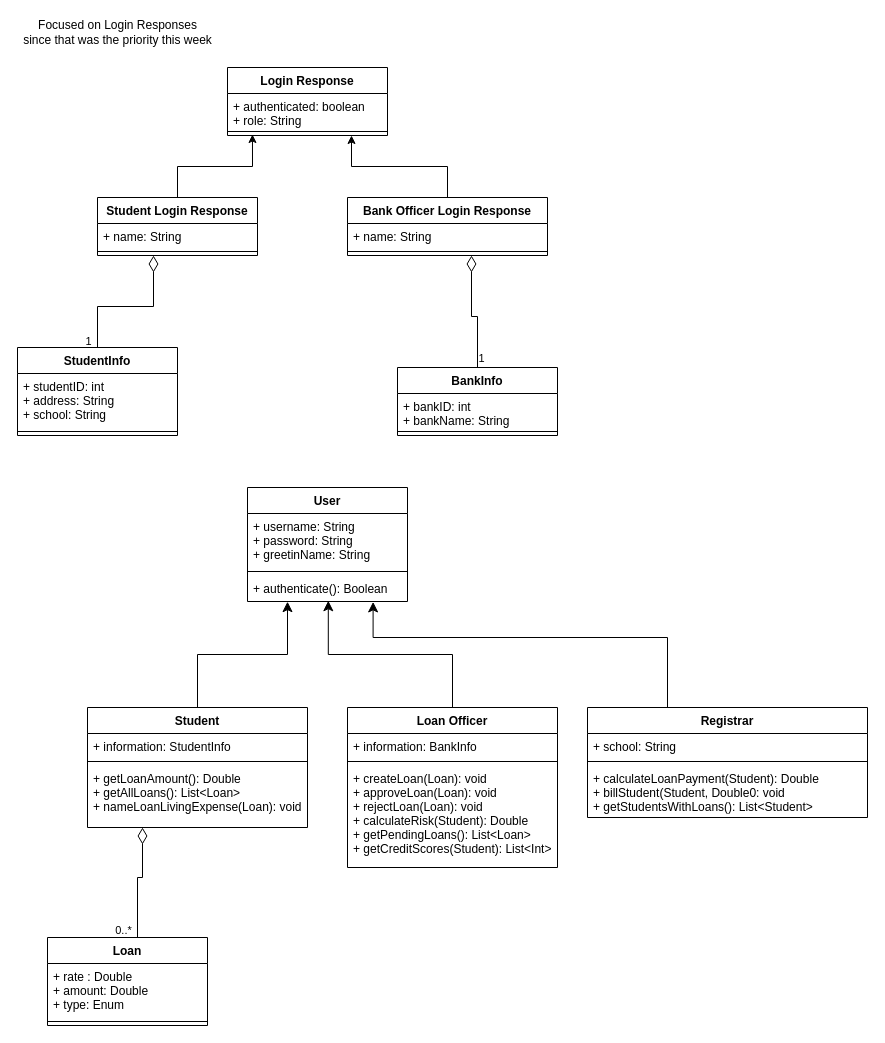
Before: Documentation/Inheritences and Aggregations.drawio in frap129/cs471-project, a draw.io diagram. Source tidied: cells renumbered, new cells numbered last; positions are measured from the earlier drawing's top-left corner, leaving out a move shared by most shapes. Both pictures are drawn from the tidied source at 100%, with x=0, y=0 at pixel (17, 17).
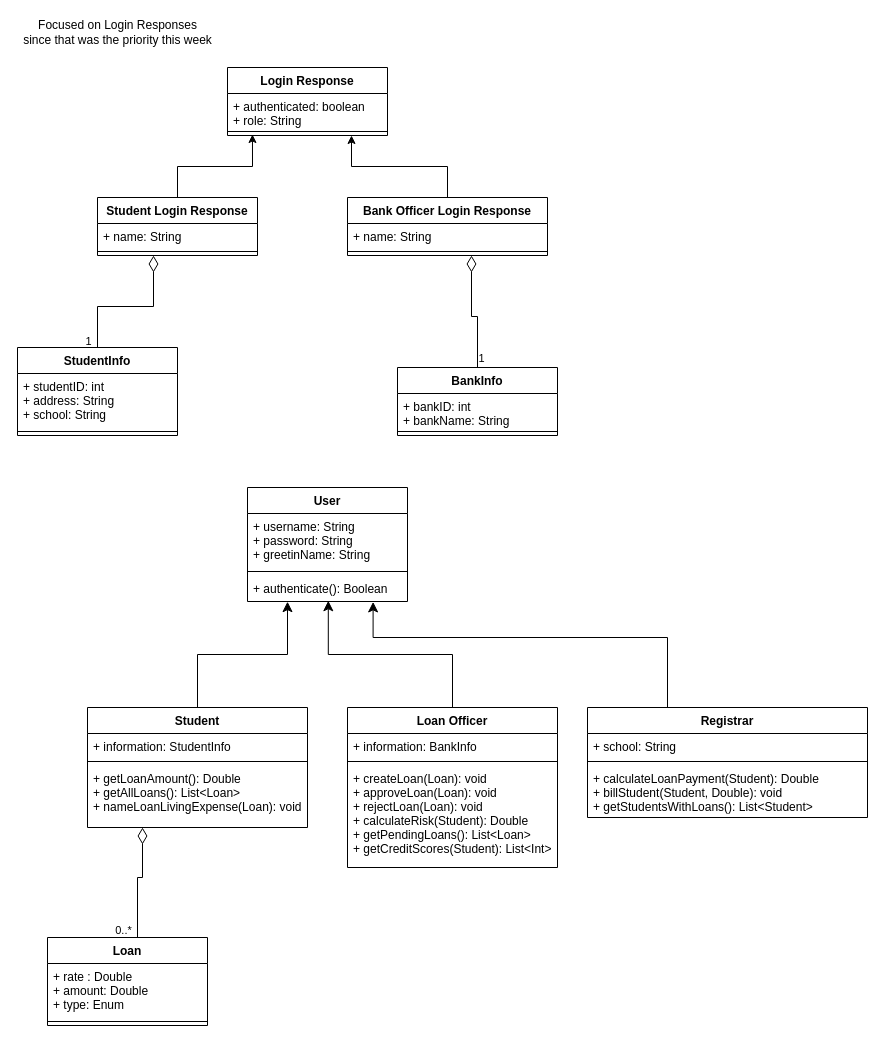
The same page after the edit.

Unchanged cells that the change refers to:
```xml
<mxCell id="44" value="Registrar" style="swimlane;fontStyle=1;align=center;verticalAlign=top;horizontal=1;startSize=26;" parent="1" vertex="1">
  <mxGeometry x="570" y="690" width="280" height="110" as="geometry" />
</mxCell>
```

What changed in the source:
```diff
@@
-    <mxCell id="47" value="+ calculateLoanPayment(Student): Double&#10;+ billStudent(Student, Double0: void&#10;+ getStudentsWithLoans(): List&lt;Student&gt;" style="text;strokeColor=none;fillColor=none;align=left;verticalAlign=top;spacingLeft=4;spacingRight=4;overflow=hidden;" parent="44" vertex="1">
+    <mxCell id="47" value="+ calculateLoanPayment(Student): Double&#10;+ billStudent(Student, Double): void&#10;+ getStudentsWithLoans(): List&lt;Student&gt;" style="text;strokeColor=none;fillColor=none;align=left;verticalAlign=top;spacingLeft=4;spacingRight=4;overflow=hidden;" parent="44" vertex="1">
       <mxGeometry y="58" width="280" height="52" as="geometry" />
     </mxCell>
```
